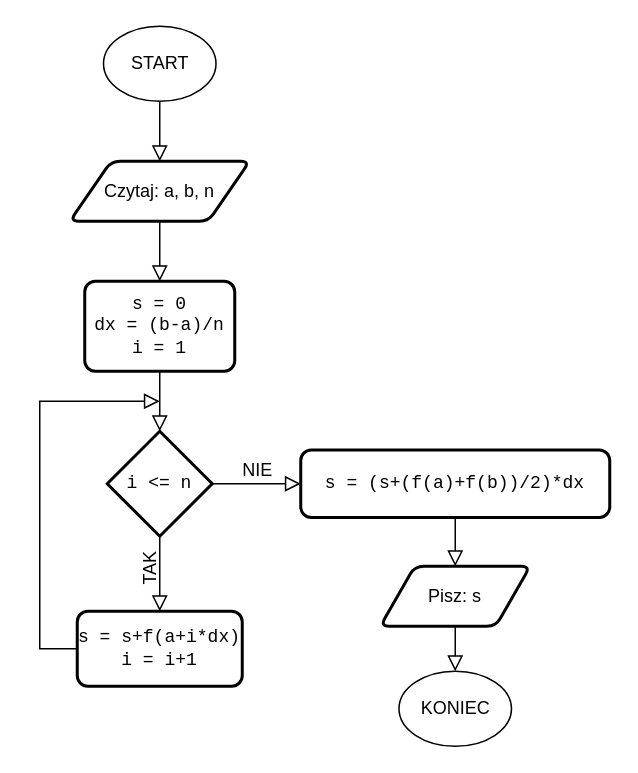
This is page "trapezy" (2 of 3) of algorytmy-i-struktury-danych/algorytm-całkowania.drawio from MichalPniak/diagrams.net, a draw.io file, before an edit. Source tidied: cells renumbered, new cells numbered last; positions are measured from the earlier drawing's top-left corner, leaving out a move shared by most shapes. Both pictures are drawn from the tidied source at 150%, with x=0, y=0 at pixel (39, 26).
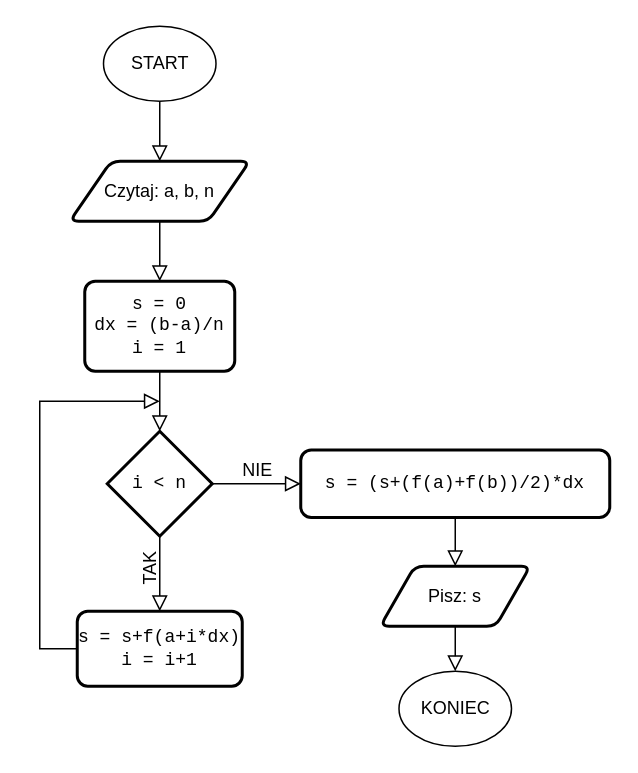
Above is the later version.

What changed in the source:
```diff
@@
 <mxGraphModel>
   <root>
     <mxCell id="0" />
     <mxCell id="1" parent="0" />
     <mxCell id="2" style="edgeStyle=orthogonalEdgeStyle;shape=connector;rounded=0;jettySize=auto;html=1;shadow=0;labelBackgroundColor=none;strokeColor=default;strokeWidth=1;fontFamily=Helvetica;fontSize=12;fontColor=default;endArrow=block;endFill=0;endSize=8;" parent="1" edge="1" source="3" target="7">
       <mxGeometry relative="1" as="geometry" />
     </mxCell>
     <mxCell id="3" value="START" style="ellipse;whiteSpace=wrap;html=1;rounded=1;shadow=0;glass=0;strokeColor=default;strokeWidth=1;fontFamily=Helvetica;fontSize=12;fontColor=default;fillColor=default;" parent="1" vertex="1">
       <mxGeometry x="42.5" width="75" height="50" as="geometry" />
     </mxCell>
     <mxCell id="4" style="edgeStyle=orthogonalEdgeStyle;shape=connector;rounded=0;jettySize=auto;html=1;shadow=0;labelBackgroundColor=none;strokeColor=default;strokeWidth=1;fontFamily=Helvetica;fontSize=12;fontColor=default;endArrow=block;endFill=0;endSize=8;" parent="1" edge="1" source="5" target="10">
       <mxGeometry relative="1" as="geometry" />
     </mxCell>
     <mxCell id="5" value="&lt;pre&gt;s = 0&lt;br&gt;dx = (b-a)/n&lt;br&gt;i = 1&lt;/pre&gt;" style="rounded=1;whiteSpace=wrap;html=1;absoluteArcSize=1;arcSize=14;strokeWidth=2;shadow=0;glass=0;strokeColor=default;fontFamily=Helvetica;fontSize=12;fontColor=default;fillColor=default;" parent="1" vertex="1">
       <mxGeometry x="30" y="170" width="100" height="60" as="geometry" />
     </mxCell>
     <mxCell id="6" style="edgeStyle=orthogonalEdgeStyle;shape=connector;rounded=0;jettySize=auto;html=1;shadow=0;labelBackgroundColor=none;strokeColor=default;strokeWidth=1;fontFamily=Helvetica;fontSize=12;fontColor=default;endArrow=block;endFill=0;endSize=8;" parent="1" edge="1" source="7" target="5">
       <mxGeometry relative="1" as="geometry" />
     </mxCell>
     <mxCell id="7" value="Czytaj: a, b, n" style="shape=parallelogram;html=1;strokeWidth=2;perimeter=parallelogramPerimeter;whiteSpace=wrap;rounded=1;arcSize=12;size=0.23;shadow=0;glass=0;strokeColor=default;fontFamily=Helvetica;fontSize=12;fontColor=default;fillColor=default;" parent="1" vertex="1">
       <mxGeometry x="20" y="90" width="120" height="40" as="geometry" />
     </mxCell>
     <mxCell id="8" value="TAK" style="edgeStyle=orthogonalEdgeStyle;shape=connector;rounded=0;jettySize=auto;html=1;shadow=0;labelBackgroundColor=none;strokeColor=default;strokeWidth=1;fontFamily=Helvetica;fontSize=12;fontColor=default;endArrow=block;endFill=0;endSize=8;verticalAlign=bottom;horizontal=0;" parent="1" edge="1" source="10" target="12">
       <mxGeometry relative="1" as="geometry" />
     </mxCell>
     <mxCell id="9" value="NIE" style="edgeStyle=orthogonalEdgeStyle;shape=connector;rounded=0;jettySize=auto;html=1;shadow=0;labelBackgroundColor=none;strokeColor=default;strokeWidth=1;fontFamily=Helvetica;fontSize=12;fontColor=default;endArrow=block;endFill=0;endSize=8;verticalAlign=bottom;horizontal=1;" parent="1" edge="1" source="10" target="14">
       <mxGeometry relative="1" as="geometry" />
     </mxCell>
-    <mxCell id="10" value="&lt;pre&gt;i &amp;lt;= n&lt;/pre&gt;" style="strokeWidth=2;html=1;shape=mxgraph.flowchart.decision;whiteSpace=wrap;rounded=1;shadow=0;glass=0;strokeColor=default;fontFamily=Helvetica;fontSize=12;fontColor=default;fillColor=default;" parent="1" vertex="1">
+    <mxCell id="10" value="&lt;pre&gt;i &amp;lt; n&lt;/pre&gt;" style="strokeWidth=2;html=1;shape=mxgraph.flowchart.decision;whiteSpace=wrap;rounded=1;shadow=0;glass=0;strokeColor=default;fontFamily=Helvetica;fontSize=12;fontColor=default;fillColor=default;" parent="1" vertex="1">
       <mxGeometry x="45" y="270" width="70" height="70" as="geometry" />
     </mxCell>
     <mxCell id="11" style="edgeStyle=orthogonalEdgeStyle;shape=connector;rounded=0;jettySize=auto;html=1;exitX=0;exitY=0.5;exitDx=0;exitDy=0;shadow=0;labelBackgroundColor=none;strokeColor=default;strokeWidth=1;fontFamily=Helvetica;fontSize=12;fontColor=default;endArrow=block;endFill=0;endSize=8;" parent="1" edge="1" source="12">
       <mxGeometry relative="1" as="geometry">
         <mxPoint x="80" y="250" as="targetPoint" />
         <Array as="points">
           <mxPoint y="415" />
           <mxPoint y="250" />
         </Array>
       </mxGeometry>
     </mxCell>
     <mxCell id="12" value="&lt;pre&gt;s = s+f(a+i*dx)&lt;br&gt;i = i+1&lt;/pre&gt;" style="rounded=1;whiteSpace=wrap;html=1;absoluteArcSize=1;arcSize=14;strokeWidth=2;shadow=0;glass=0;strokeColor=default;fontFamily=Helvetica;fontSize=12;fontColor=default;fillColor=default;" parent="1" vertex="1">
       <mxGeometry x="25" y="390" width="110" height="50" as="geometry" />
     </mxCell>
     <mxCell id="13" style="edgeStyle=orthogonalEdgeStyle;shape=connector;rounded=0;jettySize=auto;html=1;shadow=0;labelBackgroundColor=none;strokeColor=default;strokeWidth=1;fontFamily=Helvetica;fontSize=12;fontColor=default;endArrow=block;endFill=0;endSize=8;" parent="1" edge="1" source="14" target="16">
       <mxGeometry relative="1" as="geometry" />
     </mxCell>
     <mxCell id="14" value="&lt;pre&gt;s = (s+(f(a)+f(b))/2)*dx&lt;/pre&gt;" style="rounded=1;whiteSpace=wrap;html=1;absoluteArcSize=1;arcSize=14;strokeWidth=2;shadow=0;glass=0;strokeColor=default;fontFamily=Helvetica;fontSize=12;fontColor=default;fillColor=default;" parent="1" vertex="1">
       <mxGeometry x="174" y="282.5" width="206" height="45" as="geometry" />
     </mxCell>
     <mxCell id="15" style="edgeStyle=orthogonalEdgeStyle;shape=connector;rounded=0;jettySize=auto;html=1;shadow=0;labelBackgroundColor=none;strokeColor=default;strokeWidth=1;fontFamily=Helvetica;fontSize=12;fontColor=default;endArrow=block;endFill=0;endSize=8;" parent="1" edge="1" source="16" target="17">
       <mxGeometry relative="1" as="geometry" />
     </mxCell>
     <mxCell id="16" value="Pisz: s" style="shape=parallelogram;html=1;strokeWidth=2;perimeter=parallelogramPerimeter;whiteSpace=wrap;rounded=1;arcSize=12;size=0.23;shadow=0;glass=0;strokeColor=default;fontFamily=Helvetica;fontSize=12;fontColor=default;fillColor=default;" parent="1" vertex="1">
       <mxGeometry x="227" y="360" width="100" height="40" as="geometry" />
     </mxCell>
     <mxCell id="17" value="KONIEC" style="ellipse;whiteSpace=wrap;html=1;rounded=1;shadow=0;glass=0;strokeColor=default;strokeWidth=1;fontFamily=Helvetica;fontSize=12;fontColor=default;fillColor=default;" parent="1" vertex="1">
       <mxGeometry x="239.5" y="430" width="75" height="50" as="geometry" />
     </mxCell>
   </root>
 </mxGraphModel>
```
